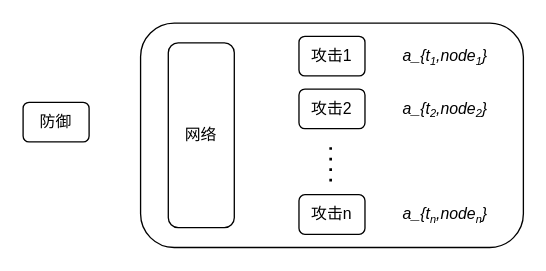
Before: Untitled Diagram.drawio in undinuanao/-, a draw.io diagram. Source tidied: cells renumbered, new cells numbered last; positions are measured from the earlier drawing's top-left corner, leaving out a move shared by most shapes. Both pictures are drawn from the tidied source at 132%, with x=0, y=0 at pixel (22, 22).
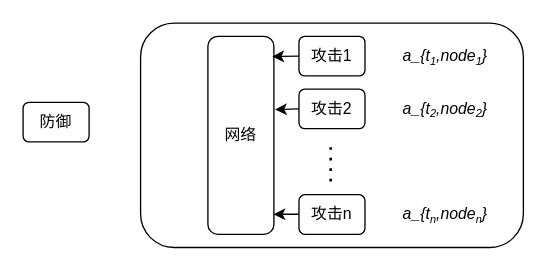
The same page after the edit.

The edit, as a diff of the source:
```diff
@@
 <mxGraphModel>
   <root>
     <mxCell id="0" />
     <mxCell id="1" parent="0" />
     <mxCell id="2" value="防御" style="rounded=1;whiteSpace=wrap;html=1;" parent="1" vertex="1">
       <mxGeometry y="60" width="50" height="30" as="geometry" />
     </mxCell>
     <mxCell id="3" style="rounded=1;whiteSpace=wrap;html=1;" parent="1" vertex="1">
       <mxGeometry x="89" width="290" height="170" as="geometry" />
     </mxCell>
     <mxCell id="4" value="网络" style="rounded=1;whiteSpace=wrap;html=1;" parent="1" vertex="1">
-      <mxGeometry x="110" y="15" width="50" height="140" as="geometry" />
+      <mxGeometry x="140" y="10" width="50" height="150" as="geometry" />
     </mxCell>
     <mxCell id="5" value="攻击1" style="rounded=1;whiteSpace=wrap;html=1;" parent="1" vertex="1">
       <mxGeometry x="209" y="10" width="50" height="30" as="geometry" />
     </mxCell>
     <mxCell id="6" value="攻击2" style="rounded=1;whiteSpace=wrap;html=1;" parent="1" vertex="1">
       <mxGeometry x="209" y="50" width="50" height="30" as="geometry" />
     </mxCell>
     <mxCell id="7" style="endArrow=none;dashed=1;html=1;dashPattern=1 3;strokeWidth=2;" parent="1" edge="1">
       <mxGeometry relative="1" as="geometry">
         <mxPoint x="233" y="120" as="sourcePoint" />
         <mxPoint x="233" y="90" as="targetPoint" />
       </mxGeometry>
     </mxCell>
     <mxCell id="8" value="攻击n" style="rounded=1;whiteSpace=wrap;html=1;" parent="1" vertex="1">
       <mxGeometry x="209" y="130" width="50" height="30" as="geometry" />
     </mxCell>
     <mxCell id="9" value="&lt;i&gt;a_{t&lt;span style=&quot;font-size: 10px&quot;&gt;&lt;sub&gt;1&lt;/sub&gt;&lt;/span&gt;,node&lt;span style=&quot;font-size: 10px&quot;&gt;&lt;sub&gt;1&lt;/sub&gt;&lt;/span&gt;}&lt;/i&gt;" style="text;html=1;strokeColor=none;fillColor=none;align=center;verticalAlign=middle;whiteSpace=wrap;rounded=0;" parent="1" vertex="1">
       <mxGeometry x="280" y="15" width="80" height="20" as="geometry" />
     </mxCell>
     <mxCell id="10" value="&lt;i&gt;a_{t&lt;span style=&quot;font-size: 10px&quot;&gt;&lt;sub&gt;2&lt;/sub&gt;&lt;/span&gt;,node&lt;span style=&quot;font-size: 10px&quot;&gt;&lt;sub&gt;2&lt;/sub&gt;&lt;/span&gt;}&lt;/i&gt;" style="text;html=1;strokeColor=none;fillColor=none;align=center;verticalAlign=middle;whiteSpace=wrap;rounded=0;" parent="1" vertex="1">
       <mxGeometry x="280" y="55" width="80" height="20" as="geometry" />
     </mxCell>
     <mxCell id="11" value="&lt;i&gt;a_{t&lt;span style=&quot;font-size: 10px&quot;&gt;&lt;sub&gt;n&lt;/sub&gt;&lt;/span&gt;,node&lt;span style=&quot;font-size: 10px&quot;&gt;&lt;sub&gt;n&lt;/sub&gt;&lt;/span&gt;}&lt;/i&gt;" style="text;html=1;strokeColor=none;fillColor=none;align=center;verticalAlign=middle;whiteSpace=wrap;rounded=0;" parent="1" vertex="1">
       <mxGeometry x="280" y="135" width="80" height="20" as="geometry" />
     </mxCell>
+    <mxCell id="12" style="endArrow=classic;html=1;exitX=0;exitY=0.5;exitDx=0;exitDy=0;entryX=0.974;entryY=0.102;entryDx=0;entryDy=0;entryPerimeter=0;" parent="1" edge="1" source="5" target="4">
+      <mxGeometry relative="1" as="geometry" />
+    </mxCell>
+    <mxCell id="13" style="endArrow=classic;html=1;exitX=0;exitY=0.5;exitDx=0;exitDy=0;entryX=1.016;entryY=0.37;entryDx=0;entryDy=0;entryPerimeter=0;" parent="1" edge="1" source="6" target="4">
+      <mxGeometry relative="1" as="geometry" />
+    </mxCell>
+    <mxCell id="14" style="endArrow=classic;html=1;exitX=0;exitY=0.5;exitDx=0;exitDy=0;entryX=0.993;entryY=0.899;entryDx=0;entryDy=0;entryPerimeter=0;" parent="1" edge="1" target="4">
+      <mxGeometry relative="1" as="geometry">
+        <mxPoint x="209" y="144.8" as="sourcePoint" />
+      </mxGeometry>
+    </mxCell>
   </root>
 </mxGraphModel>
```
